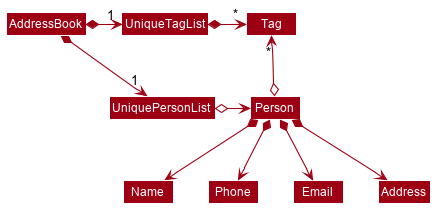
Above: docs/images/BetterModelClassDiagram.png in nus-cs2103-AY2021S2/tp (PlantUML), before the change.
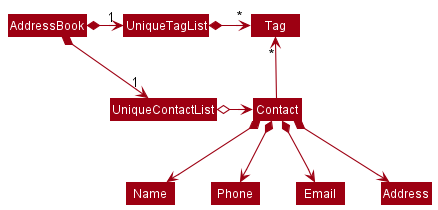
Later version of the same file.

Commit message:
Rename person in diagrams

Change to the diagram source:
```diff
@@ -1,68 +1,21 @@
 @startuml
+!include style.puml
+skinparam arrowThickness 1.1
+skinparam arrowColor MODEL_COLOR
+skinparam classBackgroundColor MODEL_COLOR
 
-
-
-
-
-
-
-
-skinparam BackgroundColor #FFFFFFF
-
-skinparam Shadowing false
-
-skinparam Class {
-    FontColor #FFFFFF
-    BorderThickness 1
-    BorderColor #FFFFFF
-    StereotypeFontColor #FFFFFF
-    FontName Arial
-}
-
-skinparam Actor {
-    BorderColor #000000
-    Color #000000
-    FontName Arial
-}
-
-skinparam Sequence {
-    MessageAlign center
-    BoxFontSize 15
-    BoxPadding 0
-    BoxFontColor #FFFFFF
-    FontName Arial
-}
-
-skinparam Participant {
-    FontColor #FFFFFFF
-    Padding 20
-}
-
-skinparam MinClassWidth 50
-skinparam ParticipantPadding 10
-skinparam Shadowing false
-skinparam DefaultTextAlignment center
-skinparam packageStyle Rectangle
-
-hide footbox
-hide members
-hide circle
-skinparam arrowThickness 1.1
-skinparam arrowColor #9D0012
-skinparam classBackgroundColor #9D0012
-
-AddressBook *-right-> "1" UniquePersonList
+AddressBook *-right-> "1" UniqueContactList
 AddressBook *-right-> "1" UniqueTagList
-UniqueTagList -[hidden]down- UniquePersonList
-UniqueTagList -[hidden]down- UniquePersonList
+UniqueTagList -[hidden]down- UniqueContactList
+UniqueTagList -[hidden]down- UniqueContactList
 
 UniqueTagList *-right-> "*" Tag
-UniquePersonList o-right-> Person
+UniqueContactList o-right-> Contact
 
-Person o-up-> "*" Tag
+Contact -up-> "*" Tag
 
-Person *--> Name
-Person *--> Phone
-Person *--> Email
-Person *--> Address
+Contact *--> Name
+Contact *--> Phone
+Contact *--> Email
+Contact *--> Address
 @enduml
```
